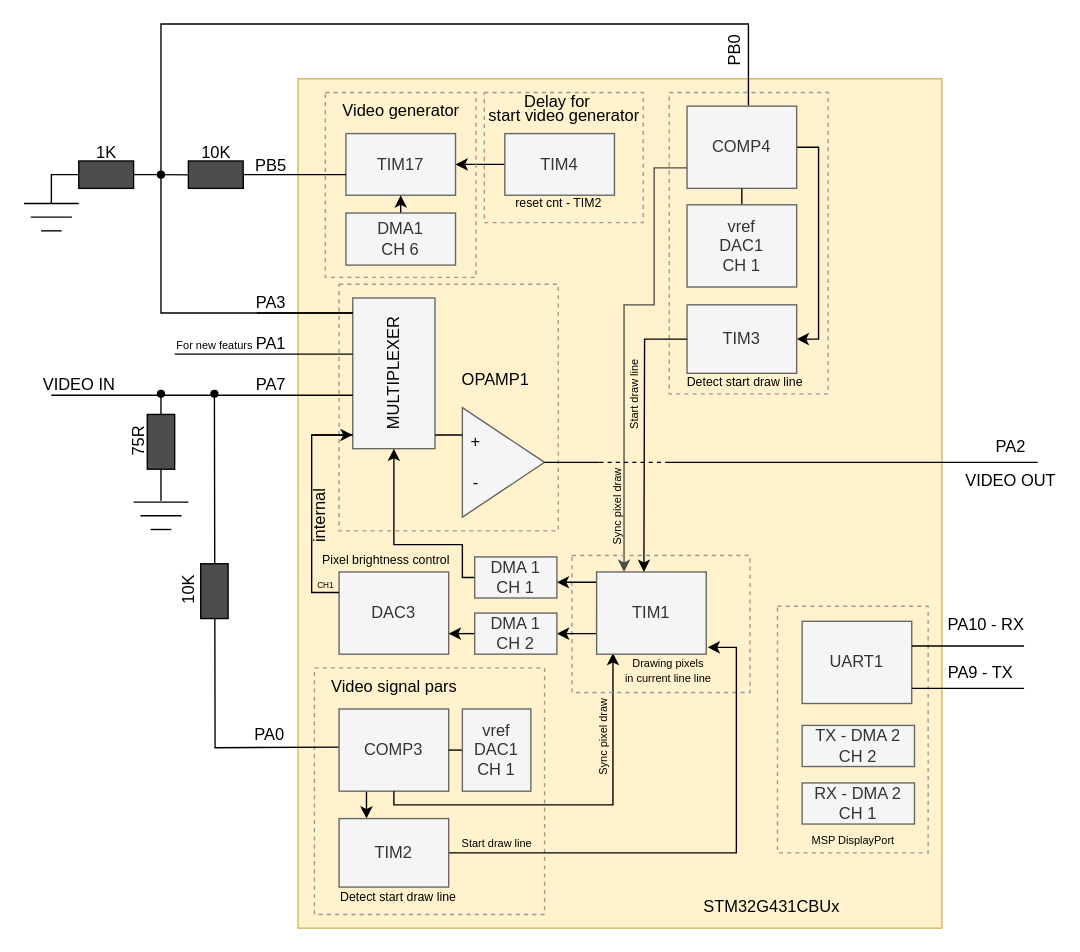
The draw.io diagram doc/OpenPixelOSD.drawio in kaizen75/OpenPixelOSD, before the edit. Source tidied: cells renumbered, new cells numbered last; positions are measured from the earlier drawing's top-left corner, leaving out a move shared by most shapes. Both pictures are drawn from the tidied source at 137%, with x=0, y=0 at pixel (23, 23).
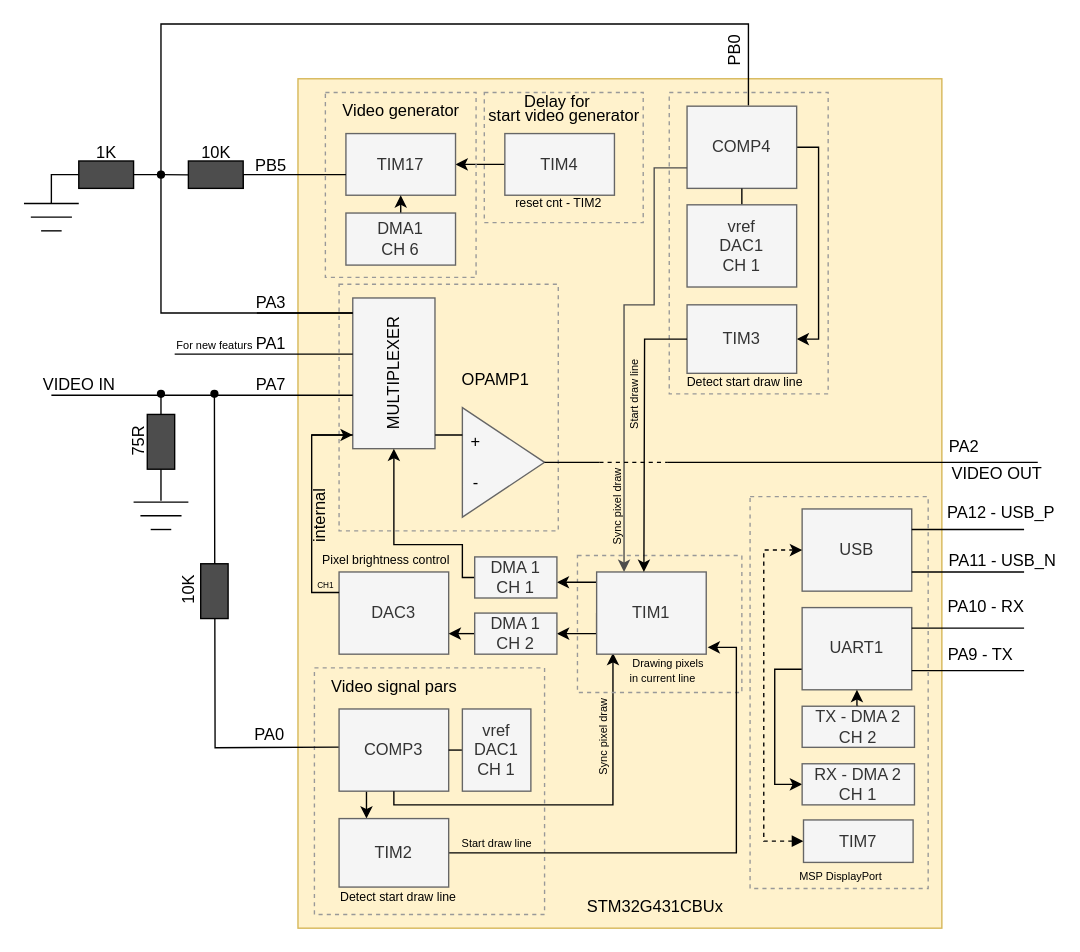
After the change.

Diff of the diagram source:
```diff
@@
     <mxCell id="3" value="&lt;font style=&quot;color: rgb(0, 0, 0);&quot;&gt;STM32G431CBUx&lt;/font&gt;" style="text;html=1;align=center;verticalAlign=middle;whiteSpace=wrap;rounded=0;" parent="1" vertex="1">
-      <mxGeometry x="516" y="630" width="60" height="30" as="geometry" />
+      <mxGeometry x="431" y="630" width="60" height="30" as="geometry" />
     </mxCell>
@@
     <mxCell id="12" value="&lt;font style=&quot;color: rgb(0, 0, 0); font-weight: normal; font-size: 12px;&quot;&gt;PA2&lt;/font&gt;" style="text;strokeColor=none;fillColor=none;html=1;fontSize=24;fontStyle=1;verticalAlign=middle;align=center;" parent="1" vertex="1">
-      <mxGeometry x="700" y="295" width="40" height="20" as="geometry" />
+      <mxGeometry x="666" y="295" width="40" height="20" as="geometry" />
     </mxCell>
@@
     <mxCell id="51" value="&lt;font style=&quot;color: rgb(0, 0, 0); font-weight: normal; font-size: 12px;&quot;&gt;VIDEO OUT&lt;/font&gt;" style="text;strokeColor=none;fillColor=none;html=1;fontSize=24;fontStyle=1;verticalAlign=middle;align=center;" parent="1" vertex="1">
-      <mxGeometry x="700" y="320" width="40" height="20" as="geometry" />
+      <mxGeometry x="690" y="315" width="40" height="20" as="geometry" />
     </mxCell>
@@
     <mxCell id="77" style="rounded=0;whiteSpace=wrap;html=1;fillColor=none;strokeColor=#999999;dashed=1;" parent="1" vertex="1">
-      <mxGeometry x="400" y="388" width="130" height="100" as="geometry" />
+      <mxGeometry x="404" y="388" width="120" height="100" as="geometry" />
     </mxCell>
@@
-    <mxCell id="93" value="&lt;div&gt;&lt;font style=&quot;font-size: 8px;&quot; color=&quot;#000000&quot;&gt;&lt;span style=&quot;font-weight: 400;&quot;&gt;in current line line&lt;/span&gt;&lt;/font&gt;&lt;/div&gt;" style="text;strokeColor=none;fillColor=none;html=1;fontSize=24;fontStyle=1;verticalAlign=middle;align=center;" parent="1" vertex="1">
-      <mxGeometry x="431" y="463" width="78" height="20" as="geometry" />
+    <mxCell id="93" value="&lt;div&gt;&lt;font style=&quot;font-size: 8px;&quot; color=&quot;#000000&quot;&gt;&lt;span style=&quot;font-weight: 400;&quot;&gt;in current line&lt;/span&gt;&lt;/font&gt;&lt;/div&gt;" style="text;strokeColor=none;fillColor=none;html=1;fontSize=24;fontStyle=1;verticalAlign=middle;align=center;" parent="1" vertex="1">
+      <mxGeometry x="427" y="463" width="78" height="20" as="geometry" />
     </mxCell>
@@
     <mxCell id="103" style="rounded=0;whiteSpace=wrap;html=1;fillColor=none;strokeColor=#999999;dashed=1;" parent="1" vertex="1">
-      <mxGeometry x="550" y="425" width="110" height="180" as="geometry" />
+      <mxGeometry x="530" y="345" width="130" height="286" as="geometry" />
     </mxCell>
+    <mxCell id="112" style="edgeStyle=orthogonalEdgeStyle;rounded=0;jettySize=auto;html=1;exitX=0;exitY=0.75;exitDx=0;exitDy=0;entryX=0;entryY=0.5;entryDx=0;entryDy=0;strokeColor=#000000;" parent="1" edge="1" source="104" target="106">
+      <mxGeometry relative="1" as="geometry" />
+    </mxCell>
     <mxCell id="104" value="UART1" style="rounded=0;whiteSpace=wrap;html=1;fillColor=#f5f5f5;fontColor=#333333;strokeColor=#666666;" parent="1" vertex="1">
-      <mxGeometry x="568" y="436" width="80" height="60" as="geometry" />
+      <mxGeometry x="568" y="426" width="80" height="60" as="geometry" />
     </mxCell>
+    <mxCell id="113" style="edgeStyle=orthogonalEdgeStyle;rounded=0;jettySize=auto;html=1;exitX=0.5;exitY=0;exitDx=0;exitDy=0;entryX=0.5;entryY=1;entryDx=0;entryDy=0;strokeColor=#000000;" parent="1" edge="1" source="105" target="104">
+      <mxGeometry relative="1" as="geometry" />
+    </mxCell>
     <mxCell id="105" value="TX - DMA 2&lt;br&gt;CH 2" style="rounded=0;whiteSpace=wrap;html=1;fillColor=#f5f5f5;fontColor=#333333;strokeColor=#666666;" parent="1" vertex="1">
-      <mxGeometry x="568" y="512" width="82" height="30" as="geometry" />
+      <mxGeometry x="568" y="498" width="82" height="30" as="geometry" />
     </mxCell>
     <mxCell id="106" value="RX - DMA 2&lt;br&gt;CH 1" style="rounded=0;whiteSpace=wrap;html=1;fillColor=#f5f5f5;fontColor=#333333;strokeColor=#666666;" parent="1" vertex="1">
-      <mxGeometry x="568" y="554" width="82" height="30" as="geometry" />
+      <mxGeometry x="568" y="540" width="82" height="30" as="geometry" />
     </mxCell>
     <mxCell id="107" style="line;strokeWidth=1;html=1;fillColor=#000000;strokeColor=#000000;" parent="1" vertex="1">
-      <mxGeometry x="648" y="453" width="82" height="2" as="geometry" />
+      <mxGeometry x="648" y="440" width="82" height="2" as="geometry" />
     </mxCell>
     <mxCell id="108" style="line;strokeWidth=1;html=1;fillColor=#000000;strokeColor=#000000;" parent="1" vertex="1">
-      <mxGeometry x="648" y="484" width="82" height="2" as="geometry" />
+      <mxGeometry x="648" y="471" width="82" height="2" as="geometry" />
     </mxCell>
     <mxCell id="109" value="&lt;font style=&quot;color: rgb(0, 0, 0); font-weight: normal; font-size: 12px;&quot;&gt;PA10 - RX&lt;/font&gt;" style="text;strokeColor=none;fillColor=none;html=1;fontSize=24;fontStyle=1;verticalAlign=middle;align=center;" parent="1" vertex="1">
-      <mxGeometry x="682" y="425" width="40" height="20" as="geometry" />
+      <mxGeometry x="682" y="412" width="40" height="20" as="geometry" />
     </mxCell>
     <mxCell id="110" value="&lt;font style=&quot;color: rgb(0, 0, 0); font-weight: normal; font-size: 12px;&quot;&gt;PA9 - TX&lt;/font&gt;" style="text;strokeColor=none;fillColor=none;html=1;fontSize=24;fontStyle=1;verticalAlign=middle;align=center;" parent="1" vertex="1">
-      <mxGeometry x="678" y="460" width="40" height="20" as="geometry" />
+      <mxGeometry x="678" y="447" width="40" height="20" as="geometry" />
     </mxCell>
     <mxCell id="111" value="&lt;font style=&quot;font-size: 8px;&quot; color=&quot;#000000&quot;&gt;&lt;span style=&quot;font-weight: 400;&quot;&gt;MSP DisplayPort&lt;/span&gt;&lt;/font&gt;" style="text;strokeColor=none;fillColor=none;html=1;fontSize=24;fontStyle=1;verticalAlign=middle;align=center;rotation=0;" parent="1" vertex="1">
-      <mxGeometry x="572" y="577" width="66" height="28" as="geometry" />
+      <mxGeometry x="563" y="603" width="66" height="28" as="geometry" />
     </mxCell>
+    <mxCell id="114" value="USB" style="rounded=0;whiteSpace=wrap;html=1;fillColor=#f5f5f5;fontColor=#333333;strokeColor=#666666;" parent="1" vertex="1">
+      <mxGeometry x="568" y="354" width="80" height="60" as="geometry" />
+    </mxCell>
+    <mxCell id="115" style="line;strokeWidth=1;html=1;fillColor=#000000;strokeColor=#000000;" parent="1" vertex="1">
+      <mxGeometry x="648" y="368" width="82" height="2" as="geometry" />
+    </mxCell>
+    <mxCell id="116" style="line;strokeWidth=1;html=1;fillColor=#000000;strokeColor=#000000;" parent="1" vertex="1">
+      <mxGeometry x="648" y="399" width="82" height="2" as="geometry" />
+    </mxCell>
+    <mxCell id="117" style="edgeStyle=orthogonalEdgeStyle;rounded=0;jettySize=auto;html=1;exitX=0;exitY=0.5;exitDx=0;exitDy=0;entryX=0;entryY=0.5;entryDx=0;entryDy=0;strokeColor=#000000;startArrow=block;startFill=1;dashed=1;" parent="1" edge="1" source="118" target="114">
+      <mxGeometry relative="1" as="geometry">
+        <Array as="points">
+          <mxPoint x="540" y="597" />
+          <mxPoint x="540" y="384" />
+        </Array>
+      </mxGeometry>
+    </mxCell>
+    <mxCell id="118" value="TIM7" style="rounded=0;whiteSpace=wrap;html=1;fillColor=#f5f5f5;fontColor=#333333;strokeColor=#666666;" parent="1" vertex="1">
+      <mxGeometry x="569" y="581" width="80" height="31" as="geometry" />
+    </mxCell>
+    <mxCell id="119" value="&lt;font style=&quot;color: rgb(0, 0, 0); font-weight: normal; font-size: 12px;&quot;&gt;PA12 - USB_P&lt;/font&gt;" style="text;strokeColor=none;fillColor=none;html=1;fontSize=24;fontStyle=1;verticalAlign=middle;align=center;" parent="1" vertex="1">
+      <mxGeometry x="693" y="343" width="40" height="20" as="geometry" />
+    </mxCell>
+    <mxCell id="120" value="&lt;font style=&quot;color: rgb(0, 0, 0); font-weight: normal; font-size: 12px;&quot;&gt;PA11 - USB_N&lt;/font&gt;" style="text;strokeColor=none;fillColor=none;html=1;fontSize=24;fontStyle=1;verticalAlign=middle;align=center;" parent="1" vertex="1">
+      <mxGeometry x="694" y="378" width="40" height="20" as="geometry" />
+    </mxCell>
```
